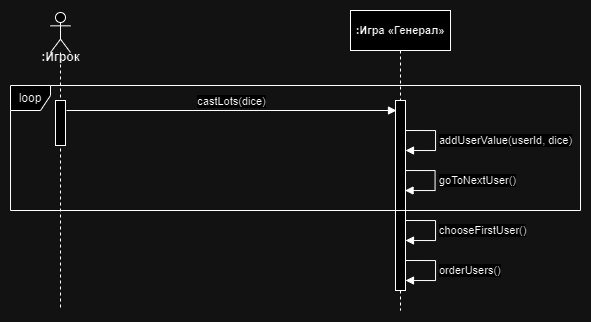
The draw.io diagram images/lab3.p4.png in Katya-tch/RTIPPO, before a commit. Source tidied: cells renumbered, new cells last; positions are measured from the earlier drawing's top-left corner, leaving out a move shared by most shapes.
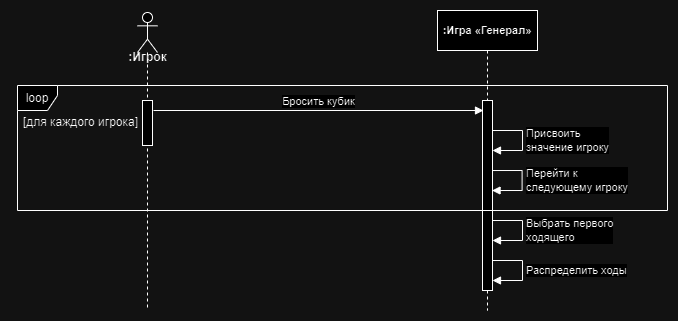
Later version of the same file.

Diff of the diagram source:
```diff
@@ -14,7 +14,7 @@
     <mxCell id="5" style="html=1;perimeter=orthogonalPerimeter;targetShapes=umlLifeline;newEdgeStyle={&quot;curved&quot;:0,&quot;rounded&quot;:0};" parent="4" vertex="1">
       <mxGeometry x="45" y="90" width="10" height="190" as="geometry" />
     </mxCell>
-    <mxCell id="6" value="castLots(dice)" style="html=1;verticalAlign=bottom;endArrow=block;curved=0;rounded=0;" parent="1" edge="1">
+    <mxCell id="6" value="Бросить кубик" style="html=1;verticalAlign=bottom;endArrow=block;curved=0;rounded=0;" parent="1" edge="1">
       <mxGeometry relative="1" as="geometry">
         <mxPoint x="56" y="100" as="sourcePoint" />
         <mxPoint x="386" y="100" as="targetPoint" />
@@ -23,7 +23,7 @@
     <mxCell id="7" value=":Игрок" style="text;align=center;fontStyle=1;verticalAlign=middle;spacingLeft=3;spacingRight=3;strokeColor=none;html=1;" parent="1" vertex="1">
       <mxGeometry x="10" y="34" width="80" height="26" as="geometry" />
     </mxCell>
-    <mxCell id="8" value="orderUsers()" style="html=1;align=left;spacingLeft=2;endArrow=block;rounded=0;edgeStyle=orthogonalEdgeStyle;curved=0;rounded=0;" parent="1" edge="1">
+    <mxCell id="8" value="Распределить ходы" style="html=1;align=left;spacingLeft=2;endArrow=block;rounded=0;edgeStyle=orthogonalEdgeStyle;curved=0;rounded=0;" parent="1" edge="1">
       <mxGeometry relative="1" as="geometry">
         <mxPoint x="395" y="250" as="sourcePoint" />
         <mxPoint x="395" y="270" as="targetPoint" />
@@ -33,7 +33,7 @@
         </Array>
       </mxGeometry>
     </mxCell>
-    <mxCell id="9" value="addUserValue(userId, dice)" style="html=1;align=left;spacingLeft=2;endArrow=block;rounded=0;edgeStyle=orthogonalEdgeStyle;curved=0;rounded=0;" parent="1" edge="1">
+    <mxCell id="9" value="Присвоить&lt;br&gt;значение игроку" style="html=1;align=left;spacingLeft=2;endArrow=block;rounded=0;edgeStyle=orthogonalEdgeStyle;curved=0;rounded=0;" parent="1" edge="1">
       <mxGeometry relative="1" as="geometry">
         <mxPoint x="395" y="120" as="sourcePoint" />
         <mxPoint x="395" y="140" as="targetPoint" />
@@ -43,7 +43,7 @@
         </Array>
       </mxGeometry>
     </mxCell>
-    <mxCell id="10" value="goToNextUser()" style="html=1;align=left;spacingLeft=2;endArrow=block;rounded=0;edgeStyle=orthogonalEdgeStyle;curved=0;rounded=0;" parent="1" edge="1">
+    <mxCell id="10" value="Перейти к&lt;br&gt;следующему игроку" style="html=1;align=left;spacingLeft=2;endArrow=block;rounded=0;edgeStyle=orthogonalEdgeStyle;curved=0;rounded=0;" parent="1" edge="1">
       <mxGeometry relative="1" as="geometry">
         <mxPoint x="394.6" y="160" as="sourcePoint" />
         <mxPoint x="394.6" y="180" as="targetPoint" />
@@ -54,9 +54,9 @@
       </mxGeometry>
     </mxCell>
     <mxCell id="11" value="loop" style="shape=umlFrame;whiteSpace=wrap;html=1;width=40;height=25;" parent="1" vertex="1">
-      <mxGeometry y="75" width="570" height="125" as="geometry" />
+      <mxGeometry x="-80" y="75" width="650" height="125" as="geometry" />
     </mxCell>
-    <mxCell id="12" value="chooseFirstUser()" style="html=1;align=left;spacingLeft=2;endArrow=block;rounded=0;edgeStyle=orthogonalEdgeStyle;curved=0;rounded=0;" parent="1" edge="1">
+    <mxCell id="12" value="Выбрать первого&lt;br&gt;ходящего" style="html=1;align=left;spacingLeft=2;endArrow=block;rounded=0;edgeStyle=orthogonalEdgeStyle;curved=0;rounded=0;" parent="1" edge="1">
       <mxGeometry relative="1" as="geometry">
         <mxPoint x="395" y="210" as="sourcePoint" />
         <mxPoint x="395" y="230" as="targetPoint" />
@@ -66,5 +66,8 @@
         </Array>
       </mxGeometry>
     </mxCell>
+    <mxCell id="13" value="[для каждого игрока]" style="text;html=1;align=center;verticalAlign=middle;strokeColor=none;fillColor=none;" parent="1" vertex="1">
+      <mxGeometry x="-87" y="97" width="140" height="30" as="geometry" />
+    </mxCell>
   </root>
 </mxGraphModel>
```
